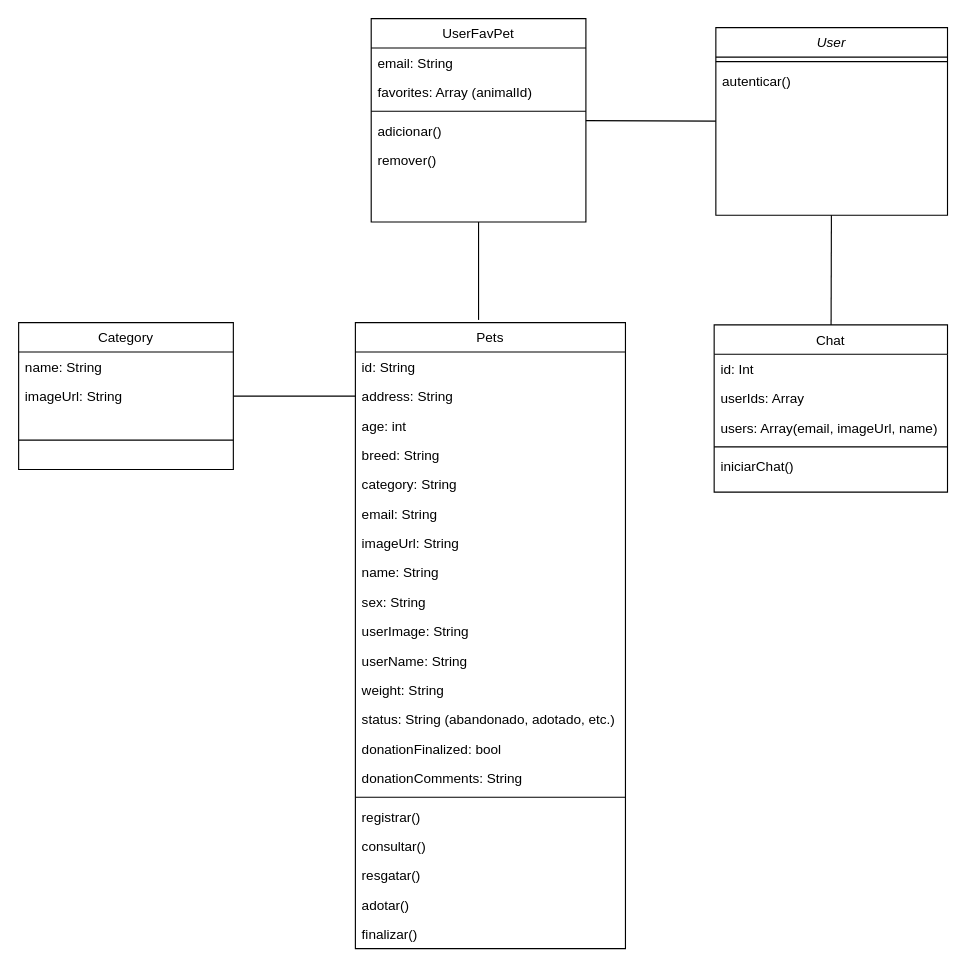
Before: Diagrama de classe.drawio in JoaoGans/DRAW.tcc, a draw.io diagram. Source tidied: cells renumbered, new cells numbered last; positions are measured from the earlier drawing's top-left corner, leaving out a move shared by most shapes. Both pictures are drawn from the tidied source at 113%, with x=0, y=0 at pixel (18, 18).
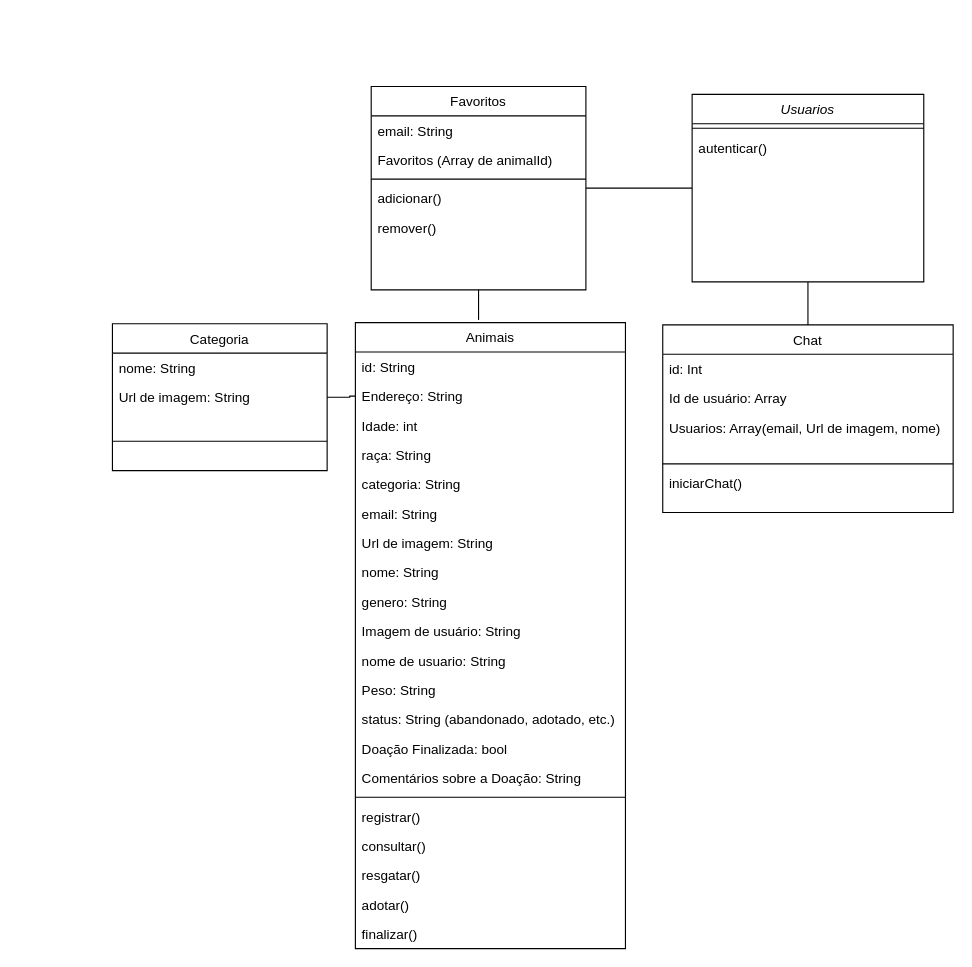
The same diagram, later.

Diff of the diagram source:
```diff
@@
-    <mxCell id="2" value="User" style="swimlane;fontStyle=2;align=center;verticalAlign=top;horizontal=1;startSize=26;rounded=0;shadow=0;strokeWidth=1;" parent="1" vertex="1">
-      <mxGeometry x="617" y="8" width="205" height="166" as="geometry" />
+    <mxCell id="2" value="Usuarios" style="swimlane;fontStyle=2;align=center;verticalAlign=top;horizontal=1;startSize=26;rounded=0;shadow=0;strokeWidth=1;" parent="1" vertex="1">
+      <mxGeometry x="596" y="67" width="205" height="166" as="geometry" />
     </mxCell>
@@
-    <mxCell id="6" value="UserFavPet" style="swimlane;fontStyle=0;align=center;verticalAlign=top;horizontal=1;startSize=26;rounded=0;shadow=0;strokeWidth=1;" parent="1" vertex="1">
-      <mxGeometry x="312" width="190" height="180" as="geometry" />
+    <mxCell id="6" value="Favoritos" style="swimlane;fontStyle=0;align=center;verticalAlign=top;horizontal=1;startSize=26;rounded=0;shadow=0;strokeWidth=1;" parent="1" vertex="1">
+      <mxGeometry x="312" y="60" width="190" height="180" as="geometry" />
     </mxCell>
@@
-    <mxCell id="8" value="favorites: Array (animalId)" style="text;align=left;verticalAlign=top;spacingLeft=4;spacingRight=4;overflow=hidden;" parent="6" vertex="1">
+    <mxCell id="8" value="Favoritos (Array de animalId)" style="text;align=left;verticalAlign=top;spacingLeft=4;spacingRight=4;overflow=hidden;" parent="6" vertex="1">
       <mxGeometry y="52" width="190" height="26" as="geometry" />
     </mxCell>
@@
     <mxCell id="12" value="Chat" style="swimlane;fontStyle=0;align=center;verticalAlign=top;horizontal=1;startSize=26;rounded=0;shadow=0;strokeWidth=1;" parent="1" vertex="1">
-      <mxGeometry x="615.5" y="271" width="206.5" height="148" as="geometry" />
+      <mxGeometry x="570" y="271" width="257" height="166" as="geometry" />
     </mxCell>
     <mxCell id="13" value="id: Int" style="text;align=left;verticalAlign=top;spacingLeft=4;spacingRight=4;overflow=hidden;" parent="12" vertex="1">
-      <mxGeometry y="26" width="206.5" height="26" as="geometry" />
+      <mxGeometry y="26" width="257" height="26" as="geometry" />
     </mxCell>
-    <mxCell id="14" value="userIds: Array&#10;" style="text;align=left;verticalAlign=top;spacingLeft=4;spacingRight=4;overflow=hidden;rounded=0;shadow=0;html=0;" parent="12" vertex="1">
-      <mxGeometry y="52" width="206.5" height="26" as="geometry" />
+    <mxCell id="14" value="Id de usuário: Array&#10;" style="text;align=left;verticalAlign=top;spacingLeft=4;spacingRight=4;overflow=hidden;rounded=0;shadow=0;html=0;" parent="12" vertex="1">
+      <mxGeometry y="52" width="257" height="26" as="geometry" />
     </mxCell>
-    <mxCell id="15" value="users: Array(email, imageUrl, name)&#10;" style="text;align=left;verticalAlign=top;spacingLeft=4;spacingRight=4;overflow=hidden;" parent="12" vertex="1">
-      <mxGeometry y="78" width="206.5" height="26" as="geometry" />
+    <mxCell id="15" value="Usuarios: Array(email, Url de imagem, nome)&#10;" style="text;align=left;verticalAlign=top;spacingLeft=4;spacingRight=4;overflow=hidden;" parent="12" vertex="1">
+      <mxGeometry y="78" width="257" height="41" as="geometry" />
     </mxCell>
     <mxCell id="16" style="line;html=1;strokeWidth=1;align=left;verticalAlign=middle;spacingTop=-1;spacingLeft=3;spacingRight=3;labelPosition=right;" parent="12" vertex="1">
-      <mxGeometry y="104" width="206.5" height="8" as="geometry" />
+      <mxGeometry y="119" width="257" height="8" as="geometry" />
     </mxCell>
     <mxCell id="17" value="iniciarChat() &#10;" style="text;align=left;verticalAlign=top;spacingLeft=4;spacingRight=4;overflow=hidden;" parent="12" vertex="1">
-      <mxGeometry y="112" width="206.5" height="26" as="geometry" />
+      <mxGeometry y="127" width="257" height="26" as="geometry" />
     </mxCell>
-    <mxCell id="18" value="Pets" style="swimlane;fontStyle=0;align=center;verticalAlign=top;horizontal=1;startSize=26;rounded=0;shadow=0;strokeWidth=1;" parent="1" vertex="1">
+    <mxCell id="18" value="Animais" style="swimlane;fontStyle=0;align=center;verticalAlign=top;horizontal=1;startSize=26;rounded=0;shadow=0;strokeWidth=1;" parent="1" vertex="1">
       <mxGeometry x="298" y="269" width="239" height="554" as="geometry" />
     </mxCell>
@@
-    <mxCell id="20" value="address: String" style="text;align=left;verticalAlign=top;spacingLeft=4;spacingRight=4;overflow=hidden;points=[[0,0.5],[1,0.5]];portConstraint=eastwest;rounded=0;shadow=0;html=0;" parent="18" vertex="1">
+    <mxCell id="20" value="Endereço: String" style="text;align=left;verticalAlign=top;spacingLeft=4;spacingRight=4;overflow=hidden;points=[[0,0.5],[1,0.5]];portConstraint=eastwest;rounded=0;shadow=0;html=0;" parent="18" vertex="1">
       <mxGeometry y="52" width="239" height="26" as="geometry" />
     </mxCell>
-    <mxCell id="21" value="age: int&#10;" style="text;align=left;verticalAlign=top;spacingLeft=4;spacingRight=4;overflow=hidden;rounded=0;shadow=0;html=0;" parent="18" vertex="1">
+    <mxCell id="21" value="Idade: int&#10;" style="text;align=left;verticalAlign=top;spacingLeft=4;spacingRight=4;overflow=hidden;rounded=0;shadow=0;html=0;" parent="18" vertex="1">
       <mxGeometry y="78" width="239" height="26" as="geometry" />
     </mxCell>
-    <mxCell id="22" value="breed: String &#10;" style="text;align=left;verticalAlign=top;spacingLeft=4;spacingRight=4;overflow=hidden;rounded=0;shadow=0;html=0;" parent="18" vertex="1">
+    <mxCell id="22" value="raça: String &#10;" style="text;align=left;verticalAlign=top;spacingLeft=4;spacingRight=4;overflow=hidden;rounded=0;shadow=0;html=0;" parent="18" vertex="1">
       <mxGeometry y="104" width="239" height="26" as="geometry" />
     </mxCell>
-    <mxCell id="23" value="category: String &#10;" style="text;align=left;verticalAlign=top;spacingLeft=4;spacingRight=4;overflow=hidden;rounded=0;shadow=0;html=0;" parent="18" vertex="1">
+    <mxCell id="23" value="categoria: String &#10;" style="text;align=left;verticalAlign=top;spacingLeft=4;spacingRight=4;overflow=hidden;rounded=0;shadow=0;html=0;" parent="18" vertex="1">
       <mxGeometry y="130" width="239" height="26" as="geometry" />
     </mxCell>
@@
-    <mxCell id="25" value="imageUrl: String &#10;" style="text;align=left;verticalAlign=top;spacingLeft=4;spacingRight=4;overflow=hidden;rounded=0;shadow=0;html=0;" parent="18" vertex="1">
+    <mxCell id="25" value="Url de imagem: String &#10;" style="text;align=left;verticalAlign=top;spacingLeft=4;spacingRight=4;overflow=hidden;rounded=0;shadow=0;html=0;" parent="18" vertex="1">
       <mxGeometry y="182" width="239" height="26" as="geometry" />
     </mxCell>
-    <mxCell id="26" value="name: String &#10;" style="text;align=left;verticalAlign=top;spacingLeft=4;spacingRight=4;overflow=hidden;rounded=0;shadow=0;html=0;" parent="18" vertex="1">
+    <mxCell id="26" value="nome: String &#10;" style="text;align=left;verticalAlign=top;spacingLeft=4;spacingRight=4;overflow=hidden;rounded=0;shadow=0;html=0;" parent="18" vertex="1">
       <mxGeometry y="208" width="239" height="26" as="geometry" />
     </mxCell>
-    <mxCell id="27" value="sex: String &#10;" style="text;align=left;verticalAlign=top;spacingLeft=4;spacingRight=4;overflow=hidden;rounded=0;shadow=0;html=0;" parent="18" vertex="1">
+    <mxCell id="27" value="genero: String &#10;" style="text;align=left;verticalAlign=top;spacingLeft=4;spacingRight=4;overflow=hidden;rounded=0;shadow=0;html=0;" parent="18" vertex="1">
       <mxGeometry y="234" width="239" height="26" as="geometry" />
     </mxCell>
-    <mxCell id="28" value="userImage: String &#10;" style="text;align=left;verticalAlign=top;spacingLeft=4;spacingRight=4;overflow=hidden;rounded=0;shadow=0;html=0;" parent="18" vertex="1">
+    <mxCell id="28" value="Imagem de usuário: String &#10;" style="text;align=left;verticalAlign=top;spacingLeft=4;spacingRight=4;overflow=hidden;rounded=0;shadow=0;html=0;" parent="18" vertex="1">
       <mxGeometry y="260" width="239" height="26" as="geometry" />
     </mxCell>
-    <mxCell id="29" value="userName: String &#10;" style="text;align=left;verticalAlign=top;spacingLeft=4;spacingRight=4;overflow=hidden;rounded=0;shadow=0;html=0;" parent="18" vertex="1">
+    <mxCell id="29" value="nome de usuario: String &#10;" style="text;align=left;verticalAlign=top;spacingLeft=4;spacingRight=4;overflow=hidden;rounded=0;shadow=0;html=0;" parent="18" vertex="1">
       <mxGeometry y="286" width="239" height="26" as="geometry" />
     </mxCell>
-    <mxCell id="30" value="weight: String &#10;" style="text;align=left;verticalAlign=top;spacingLeft=4;spacingRight=4;overflow=hidden;rounded=0;shadow=0;html=0;" parent="18" vertex="1">
+    <mxCell id="30" value="Peso: String &#10;" style="text;align=left;verticalAlign=top;spacingLeft=4;spacingRight=4;overflow=hidden;rounded=0;shadow=0;html=0;" parent="18" vertex="1">
       <mxGeometry y="312" width="239" height="26" as="geometry" />
     </mxCell>
@@
-    <mxCell id="32" value="donationFinalized: bool&#10; &#10;" style="text;align=left;verticalAlign=top;spacingLeft=4;spacingRight=4;overflow=hidden;rounded=0;shadow=0;html=0;" parent="18" vertex="1">
+    <mxCell id="32" value="Doação Finalizada: bool&#10; &#10;" style="text;align=left;verticalAlign=top;spacingLeft=4;spacingRight=4;overflow=hidden;rounded=0;shadow=0;html=0;" parent="18" vertex="1">
       <mxGeometry y="364" width="239" height="26" as="geometry" />
     </mxCell>
-    <mxCell id="33" value="donationComments: String&#10; &#10;" style="text;align=left;verticalAlign=top;spacingLeft=4;spacingRight=4;overflow=hidden;rounded=0;shadow=0;html=0;" parent="18" vertex="1">
+    <mxCell id="33" value="Comentários sobre a Doação: String&#10; &#10;" style="text;align=left;verticalAlign=top;spacingLeft=4;spacingRight=4;overflow=hidden;rounded=0;shadow=0;html=0;" parent="18" vertex="1">
       <mxGeometry y="390" width="239" height="26" as="geometry" />
     </mxCell>
@@
-    <mxCell id="42" value="Category" style="swimlane;fontStyle=0;align=center;verticalAlign=top;horizontal=1;startSize=26;rounded=0;shadow=0;strokeWidth=1;" parent="1" vertex="1">
-      <mxGeometry y="269" width="190" height="130" as="geometry" />
+    <mxCell id="42" value="Categoria" style="swimlane;fontStyle=0;align=center;verticalAlign=top;horizontal=1;startSize=26;rounded=0;shadow=0;strokeWidth=1;" parent="1" vertex="1">
+      <mxGeometry x="83" y="270" width="190" height="130" as="geometry" />
     </mxCell>
-    <mxCell id="43" value="name: String&#10;" style="text;align=left;verticalAlign=top;spacingLeft=4;spacingRight=4;overflow=hidden;" parent="42" vertex="1">
+    <mxCell id="43" value="nome: String&#10;" style="text;align=left;verticalAlign=top;spacingLeft=4;spacingRight=4;overflow=hidden;" parent="42" vertex="1">
       <mxGeometry y="26" width="190" height="26" as="geometry" />
     </mxCell>
-    <mxCell id="44" value="imageUrl: String&#10;" style="text;align=left;verticalAlign=top;spacingLeft=4;spacingRight=4;overflow=hidden;points=[[0,0.5],[1,0.5]];portConstraint=eastwest;" parent="42" vertex="1">
+    <mxCell id="44" value="Url de imagem: String &#10;" style="text;align=left;verticalAlign=top;spacingLeft=4;spacingRight=4;overflow=hidden;points=[[0,0.5],[1,0.5]];portConstraint=eastwest;" parent="42" vertex="1">
       <mxGeometry y="52" width="190" height="26" as="geometry" />
     </mxCell>
```
